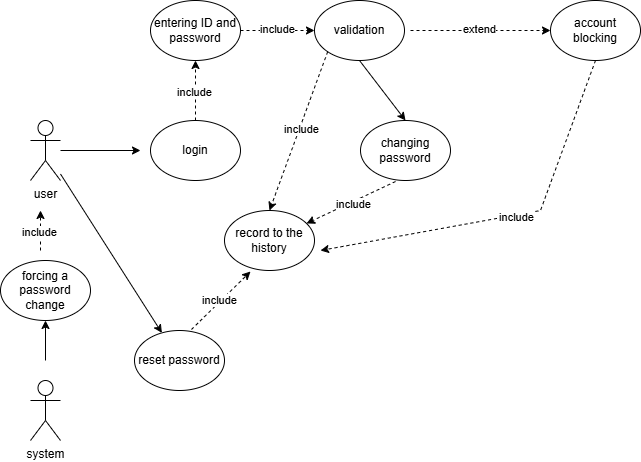
The draw.io diagram documentation/images/use_case_login.png in RockPiryt/EnerLink, before a commit. Source tidied: cells renumbered, new cells last; positions are measured from the earlier drawing's top-left corner, leaving out a move shared by most shapes.
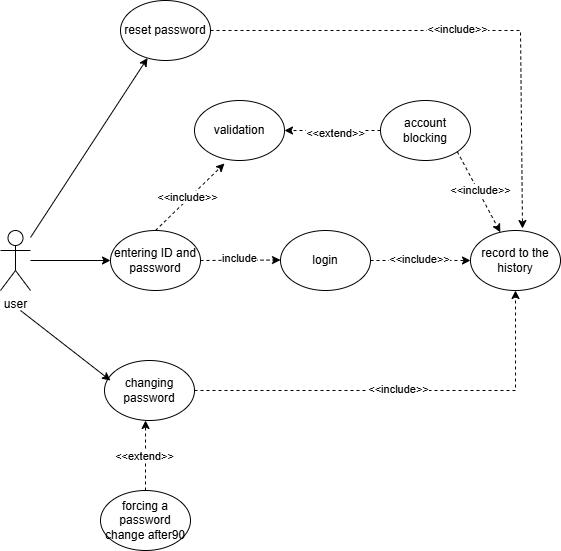
Later version of the same file.

Commit message:
new version use case login and diagram

Diff of the diagram source:
```diff
@@ -3,108 +3,106 @@
     <mxCell id="0" />
     <mxCell id="1" parent="0" />
     <mxCell id="2" value="user" style="shape=umlActor;verticalLabelPosition=bottom;verticalAlign=top;html=1;outlineConnect=0;" parent="1" vertex="1">
-      <mxGeometry x="30" y="120" width="30" height="60" as="geometry" />
+      <mxGeometry x="30" y="190" width="30" height="60" as="geometry" />
     </mxCell>
     <mxCell id="3" value="login" style="ellipse;whiteSpace=wrap;html=1;" parent="1" vertex="1">
-      <mxGeometry x="150" y="120" width="90" height="60" as="geometry" />
+      <mxGeometry x="310" y="190" width="90" height="60" as="geometry" />
     </mxCell>
     <mxCell id="4" style="endArrow=classic;html=1;rounded=0;" parent="1" edge="1" source="2">
       <mxGeometry relative="1" as="geometry">
-        <mxPoint x="140" y="150" as="targetPoint" />
+        <mxPoint x="140" y="220" as="targetPoint" />
       </mxGeometry>
     </mxCell>
     <mxCell id="5" value="entering ID and password" style="ellipse;whiteSpace=wrap;html=1;" parent="1" vertex="1">
-      <mxGeometry x="150" width="90" height="60" as="geometry" />
+      <mxGeometry x="140" y="190" width="90" height="60" as="geometry" />
     </mxCell>
-    <mxCell id="6" style="endArrow=classic;html=1;rounded=0;entryX=0.5;entryY=1;entryDx=0;entryDy=0;exitX=0.5;exitY=0;exitDx=0;exitDy=0;dashed=1;" parent="1" edge="1" source="3" target="5">
-      <mxGeometry relative="1" as="geometry" />
-    </mxCell>
-    <mxCell id="7" value="include" style="edgeLabel;html=1;align=center;verticalAlign=middle;" parent="6" vertex="1">
-      <mxGeometry x="-0.03" y="2" relative="1" as="geometry" />
-    </mxCell>
     <mxCell id="8" value="validation" style="ellipse;whiteSpace=wrap;html=1;" parent="1" vertex="1">
-      <mxGeometry x="314" width="90" height="60" as="geometry" />
+      <mxGeometry x="224" y="60" width="90" height="60" as="geometry" />
     </mxCell>
-    <mxCell id="9" style="endArrow=classic;html=1;rounded=0;entryX=0;entryY=0.5;entryDx=0;entryDy=0;exitX=1;exitY=0.5;exitDx=0;exitDy=0;dashed=1;" parent="1" edge="1" source="5" target="8">
+    <mxCell id="9" style="endArrow=classic;html=1;rounded=0;entryX=0.333;entryY=1.05;entryDx=0;entryDy=0;exitX=0.5;exitY=0;exitDx=0;exitDy=0;dashed=1;entryPerimeter=0;" parent="1" edge="1" source="5" target="8">
       <mxGeometry relative="1" as="geometry" />
     </mxCell>
-    <mxCell id="10" value="include" style="edgeLabel;html=1;align=center;verticalAlign=middle;" parent="9" vertex="1">
+    <mxCell id="10" value="&amp;lt;&amp;lt;include&amp;gt;&amp;gt;" style="edgeLabel;html=1;align=center;verticalAlign=middle;" parent="9" vertex="1">
       <mxGeometry x="-0.03" y="2" relative="1" as="geometry" />
     </mxCell>
-    <mxCell id="11" value="system" style="shape=umlActor;verticalLabelPosition=bottom;verticalAlign=top;html=1;" parent="1" vertex="1">
-      <mxGeometry x="30" y="380" width="30" height="60" as="geometry" />
-    </mxCell>
     <mxCell id="12" value="reset password" style="ellipse;whiteSpace=wrap;html=1;" parent="1" vertex="1">
-      <mxGeometry x="134" y="330" width="90" height="60" as="geometry" />
+      <mxGeometry x="150" y="-40" width="90" height="60" as="geometry" />
     </mxCell>
     <mxCell id="13" value="record to the history" style="ellipse;whiteSpace=wrap;html=1;" parent="1" vertex="1">
-      <mxGeometry x="224" y="210" width="90" height="60" as="geometry" />
+      <mxGeometry x="500" y="190" width="90" height="60" as="geometry" />
     </mxCell>
     <mxCell id="14" value="changing password" style="ellipse;whiteSpace=wrap;html=1;" parent="1" vertex="1">
-      <mxGeometry x="360" y="120" width="90" height="60" as="geometry" />
+      <mxGeometry x="134" y="320" width="90" height="60" as="geometry" />
     </mxCell>
-    <mxCell id="15" style="endArrow=classic;html=1;rounded=0;exitX=0.5;exitY=1;exitDx=0;exitDy=0;entryX=0.5;entryY=0;entryDx=0;entryDy=0;" parent="1" edge="1" source="8" target="14">
-      <mxGeometry relative="1" as="geometry" />
-    </mxCell>
     <mxCell id="16" style="endArrow=classic;html=1;rounded=0;" parent="1" edge="1" source="2" target="12">
       <mxGeometry relative="1" as="geometry" />
     </mxCell>
-    <mxCell id="17" style="endArrow=classic;html=1;rounded=0;entryX=0.5;entryY=0;entryDx=0;entryDy=0;exitX=0;exitY=1;exitDx=0;exitDy=0;dashed=1;" parent="1" edge="1" source="8" target="13">
-      <mxGeometry relative="1" as="geometry" />
-    </mxCell>
-    <mxCell id="18" value="include" style="edgeLabel;html=1;align=center;verticalAlign=middle;" parent="17" vertex="1">
-      <mxGeometry x="-0.03" y="2" relative="1" as="geometry" />
-    </mxCell>
-    <mxCell id="19" style="endArrow=classic;html=1;rounded=0;exitX=0.389;exitY=1.017;exitDx=0;exitDy=0;dashed=1;exitPerimeter=0;" parent="1" edge="1" source="14" target="13">
+    <mxCell id="19" style="endArrow=classic;html=1;rounded=0;dashed=1;exitX=1;exitY=0.5;exitDx=0;exitDy=0;" parent="1" edge="1" source="3" target="13">
       <mxGeometry relative="1" as="geometry" />
     </mxCell>
-    <mxCell id="20" value="include" style="edgeLabel;html=1;align=center;verticalAlign=middle;" parent="19" vertex="1">
+    <mxCell id="20" value="&amp;lt;&amp;lt;include&amp;gt;&amp;gt;" style="edgeLabel;html=1;align=center;verticalAlign=middle;" parent="19" vertex="1">
       <mxGeometry x="-0.03" y="2" relative="1" as="geometry" />
     </mxCell>
-    <mxCell id="21" style="endArrow=classic;html=1;rounded=0;entryX=0.289;entryY=1.017;entryDx=0;entryDy=0;dashed=1;entryPerimeter=0;exitX=0.633;exitY=-0.017;exitDx=0;exitDy=0;exitPerimeter=0;" parent="1" edge="1" source="12" target="13">
-      <mxGeometry relative="1" as="geometry" />
-    </mxCell>
-    <mxCell id="22" value="include" style="edgeLabel;html=1;align=center;verticalAlign=middle;" parent="21" vertex="1">
-      <mxGeometry x="-0.03" y="2" relative="1" as="geometry" />
-    </mxCell>
-    <mxCell id="23" style="endArrow=classic;html=1;rounded=0;dashed=1;entryX=0;entryY=0.5;entryDx=0;entryDy=0;" parent="1" edge="1" target="25">
+    <mxCell id="23" style="endArrow=classic;html=1;rounded=0;dashed=1;entryX=1;entryY=0.5;entryDx=0;entryDy=0;" parent="1" edge="1" target="8">
       <mxGeometry relative="1" as="geometry">
-        <mxPoint x="410" y="30" as="sourcePoint" />
+        <mxPoint x="410" y="90" as="sourcePoint" />
       </mxGeometry>
     </mxCell>
-    <mxCell id="24" value="extend" style="edgeLabel;html=1;align=center;verticalAlign=middle;" parent="23" vertex="1">
+    <mxCell id="24" value="&amp;lt;&amp;lt;extend&amp;gt;&amp;gt;" style="edgeLabel;html=1;align=center;verticalAlign=middle;" parent="23" vertex="1">
       <mxGeometry x="-0.03" y="2" relative="1" as="geometry" />
     </mxCell>
     <mxCell id="25" value="account blocking" style="ellipse;whiteSpace=wrap;html=1;" parent="1" vertex="1">
-      <mxGeometry x="550" width="90" height="60" as="geometry" />
+      <mxGeometry x="410" y="60" width="90" height="60" as="geometry" />
     </mxCell>
-    <mxCell id="26" style="endArrow=classic;html=1;rounded=0;exitX=0.5;exitY=1;exitDx=0;exitDy=0;dashed=1;" parent="1" edge="1" source="25">
-      <mxGeometry relative="1" as="geometry">
-        <mxPoint x="320" y="250" as="targetPoint" />
-        <Array as="points">
-          <mxPoint x="540" y="210" />
-        </Array>
-      </mxGeometry>
-    </mxCell>
-    <mxCell id="27" value="include" style="edgeLabel;html=1;align=center;verticalAlign=middle;" parent="26" vertex="1">
-      <mxGeometry x="-0.03" y="2" relative="1" as="geometry" />
-    </mxCell>
-    <mxCell id="28" value="forcing a password change" style="ellipse;whiteSpace=wrap;html=1;" parent="1" vertex="1">
-      <mxGeometry y="260" width="90" height="60" as="geometry" />
+    <mxCell id="28" value="forcing a password change after90" style="ellipse;whiteSpace=wrap;html=1;" parent="1" vertex="1">
+      <mxGeometry x="130" y="450" width="90" height="60" as="geometry" />
     </mxCell>
-    <mxCell id="29" style="endArrow=classic;html=1;rounded=0;" parent="1" edge="1" target="28">
-      <mxGeometry relative="1" as="geometry">
-        <mxPoint x="45" y="360" as="sourcePoint" />
-      </mxGeometry>
-    </mxCell>
-    <mxCell id="30" style="endArrow=classic;html=1;rounded=0;dashed=1;" parent="1" edge="1">
-      <mxGeometry relative="1" as="geometry">
-        <mxPoint x="40" y="250" as="sourcePoint" />
-        <mxPoint x="40" y="210" as="targetPoint" />
-      </mxGeometry>
-    </mxCell>
-    <mxCell id="31" value="include" style="edgeLabel;html=1;align=center;verticalAlign=middle;" parent="30" vertex="1">
-      <mxGeometry x="-0.03" y="2" relative="1" as="geometry" />
-    </mxCell>
+    <mxCell id="32" style="endArrow=classic;html=1;rounded=0;dashed=1;exitX=0.5;exitY=0;exitDx=0;exitDy=0;entryX=0.456;entryY=1;entryDx=0;entryDy=0;entryPerimeter=0;" parent="1" edge="1" source="28" target="14">
+      <mxGeometry relative="1" as="geometry" />
+    </mxCell>
+    <mxCell id="33" value="&amp;lt;&amp;lt;extend&amp;gt;&amp;gt;" style="edgeLabel;html=1;align=center;verticalAlign=middle;" parent="32" vertex="1">
+      <mxGeometry x="-0.03" y="2" relative="1" as="geometry" />
+    </mxCell>
+    <mxCell id="34" style="endArrow=classic;html=1;rounded=0;" parent="1" edge="1">
+      <mxGeometry relative="1" as="geometry">
+        <mxPoint x="50" y="270" as="sourcePoint" />
+        <mxPoint x="140" y="340" as="targetPoint" />
+      </mxGeometry>
+    </mxCell>
+    <mxCell id="35" style="endArrow=classic;html=1;rounded=0;dashed=1;exitX=1;exitY=0.5;exitDx=0;exitDy=0;entryX=0.5;entryY=1;entryDx=0;entryDy=0;" parent="1" edge="1" source="14" target="13">
+      <mxGeometry relative="1" as="geometry">
+        <Array as="points">
+          <mxPoint x="545" y="350" />
+        </Array>
+      </mxGeometry>
+    </mxCell>
+    <mxCell id="36" value="&amp;lt;&amp;lt;include&amp;gt;&amp;gt;" style="edgeLabel;html=1;align=center;verticalAlign=middle;" parent="35" vertex="1">
+      <mxGeometry x="-0.03" y="2" relative="1" as="geometry" />
+    </mxCell>
+    <mxCell id="37" style="endArrow=classic;html=1;rounded=0;dashed=1;exitX=1;exitY=1;exitDx=0;exitDy=0;" parent="1" edge="1" source="25" target="13">
+      <mxGeometry relative="1" as="geometry" />
+    </mxCell>
+    <mxCell id="38" value="&amp;lt;&amp;lt;include&amp;gt;&amp;gt;" style="edgeLabel;html=1;align=center;verticalAlign=middle;" parent="37" vertex="1">
+      <mxGeometry x="-0.03" y="2" relative="1" as="geometry" />
+    </mxCell>
+    <mxCell id="21" style="endArrow=classic;html=1;rounded=0;dashed=1;exitX=1;exitY=0.5;exitDx=0;exitDy=0;entryX=0.578;entryY=-0.033;entryDx=0;entryDy=0;entryPerimeter=0;" parent="1" edge="1" source="12" target="13">
+      <mxGeometry relative="1" as="geometry">
+        <Array as="points">
+          <mxPoint x="550" y="-10" />
+        </Array>
+      </mxGeometry>
+    </mxCell>
+    <mxCell id="39" value="&amp;lt;&amp;lt;include&amp;gt;&amp;gt;" style="edgeLabel;html=1;align=center;verticalAlign=middle;" parent="21" vertex="1">
+      <mxGeometry x="-0.03" y="2" relative="1" as="geometry" />
+    </mxCell>
+    <mxCell id="40" style="endArrow=classic;html=1;rounded=0;dashed=1;" parent="1" edge="1">
+      <mxGeometry relative="1" as="geometry">
+        <mxPoint x="230" y="220" as="sourcePoint" />
+        <mxPoint x="310" y="219.5" as="targetPoint" />
+      </mxGeometry>
+    </mxCell>
+    <mxCell id="41" value="include" style="edgeLabel;html=1;align=center;verticalAlign=middle;" parent="40" vertex="1">
+      <mxGeometry x="-0.03" y="2" relative="1" as="geometry" />
+    </mxCell>
   </root>
 </mxGraphModel>
```
